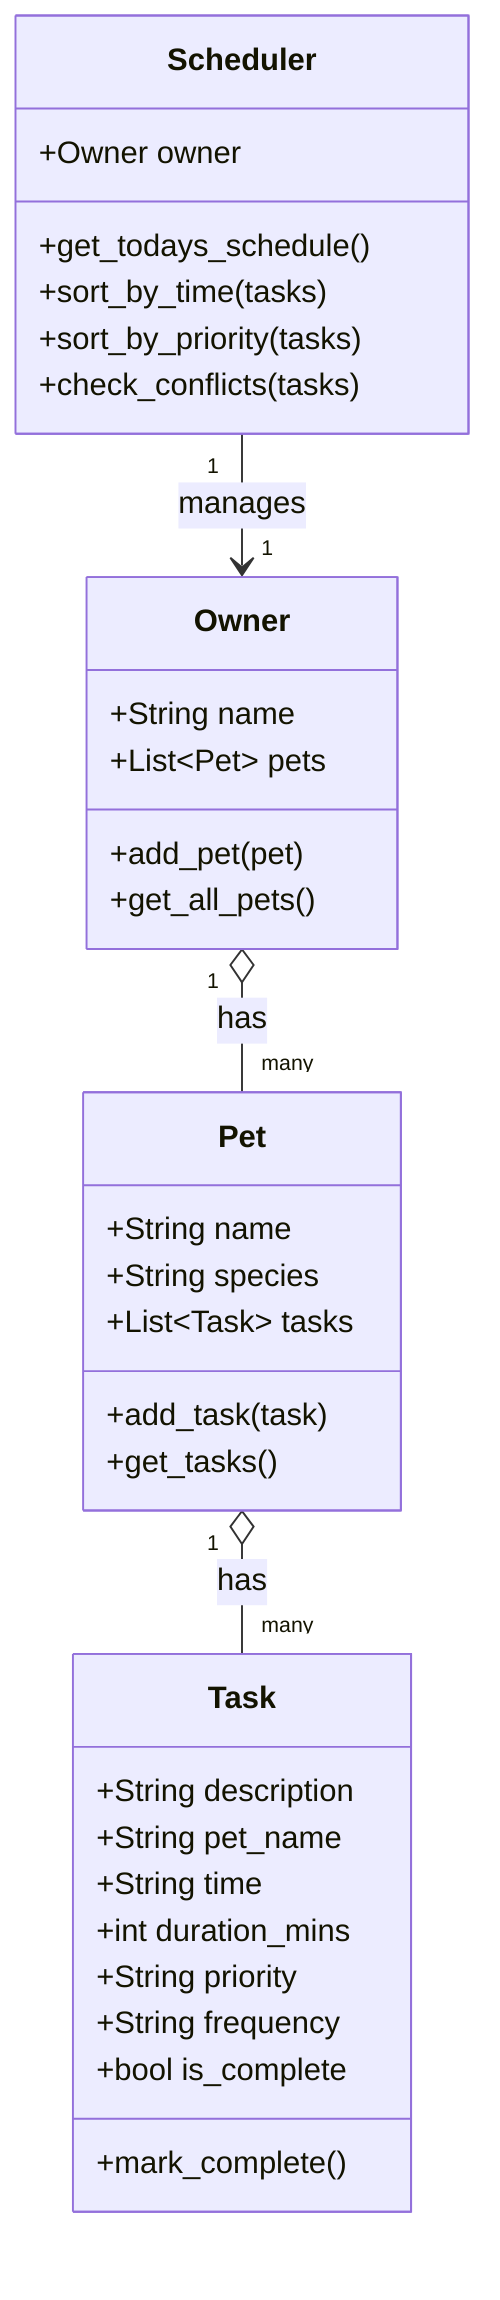
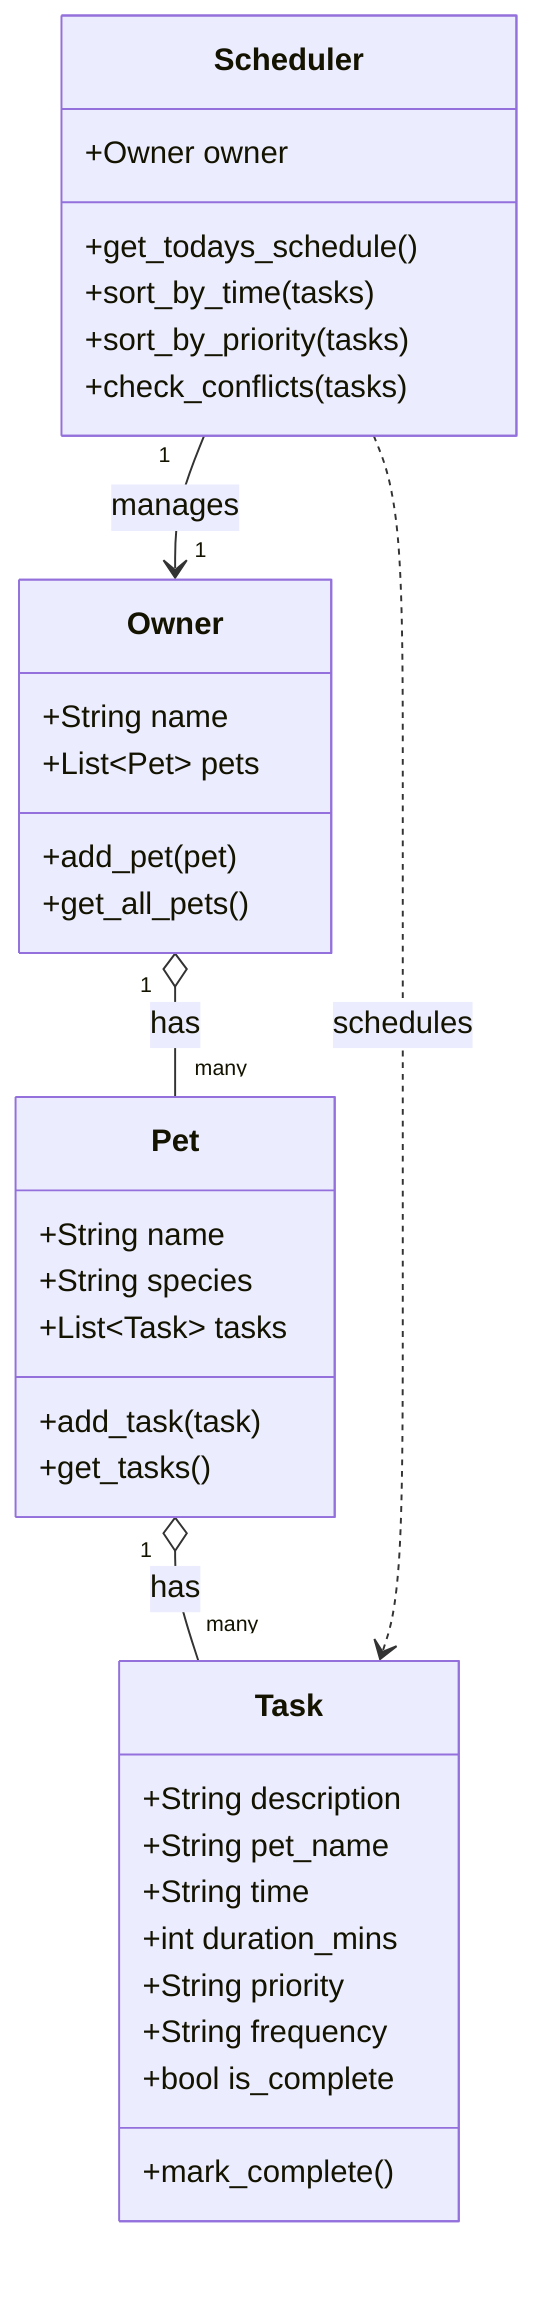
classDiagram
    class Task {
        +String description
        +String pet_name
        +String time
        +int duration_mins
        +String priority
        +String frequency
        +bool is_complete
        +mark_complete()
    }

    class Pet {
        +String name
        +String species
        +List~Task~ tasks
        +add_task(task)
        +get_tasks()
    }

    class Owner {
        +String name
        +List~Pet~ pets
        +add_pet(pet)
        +get_all_pets()
    }

    class Scheduler {
        +Owner owner
        +get_todays_schedule()
        +sort_by_time(tasks)
        +sort_by_priority(tasks)
        +check_conflicts(tasks)
    }

    Owner "1" o-- "many" Pet : has
    Pet "1" o-- "many" Task : has
    Scheduler "1" --> "1" Owner : manages
+     Scheduler ..> Task : schedules
